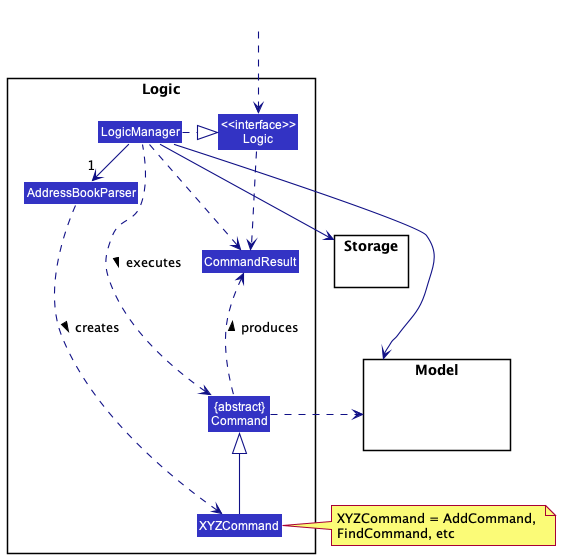
The PlantUML diagram docs/images/LogicClassDiagram.png in nus-cs2103-AY2223S2/tp, before a commit.
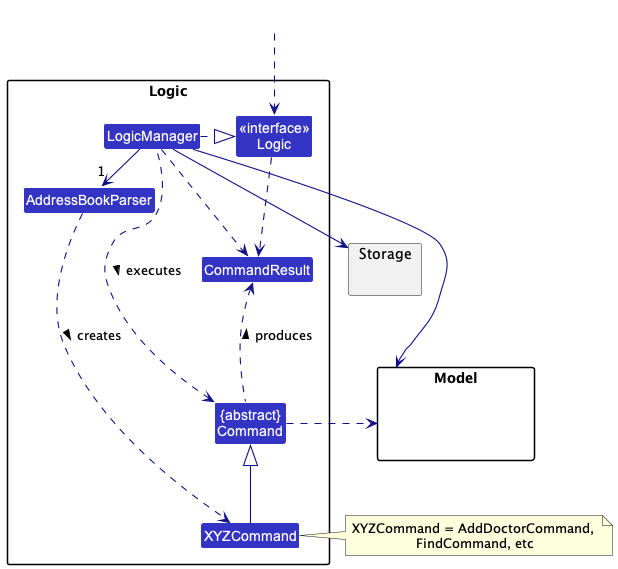
After the change.

What changed in the source:
```diff
@@ -12,7 +12,7 @@
 Class "{abstract}\nCommand" as Command
 
 
-Class "<<interface>>\nLogic" as Logic
+Class "<<interface>>\nLogic" as LogicInstance
 Class LogicManager
 }
 
@@ -24,9 +24,9 @@
 }
 
 Class HiddenOutside #FFFFFF
-HiddenOutside ..> Logic
+HiddenOutside ..> LogicInstance
 
-LogicManager .right.|> Logic
+LogicManager .right.|> LogicInstance
 LogicManager -right->"1" AddressBookParser
 AddressBookParser ..> XYZCommand : creates >
 
@@ -38,9 +38,9 @@
 Storage --[hidden] Model
 Command .[hidden]up.> Storage
 Command .right.> Model
-note right of XYZCommand: XYZCommand = AddCommand, \nFindCommand, etc
+note right of XYZCommand: XYZCommand = AddDoctorCommand, \nFindCommand, etc
 
-Logic ..> CommandResult
+LogicInstance ..> CommandResult
 LogicManager .down.> CommandResult
 Command .up.> CommandResult : produces >
 @enduml
```
